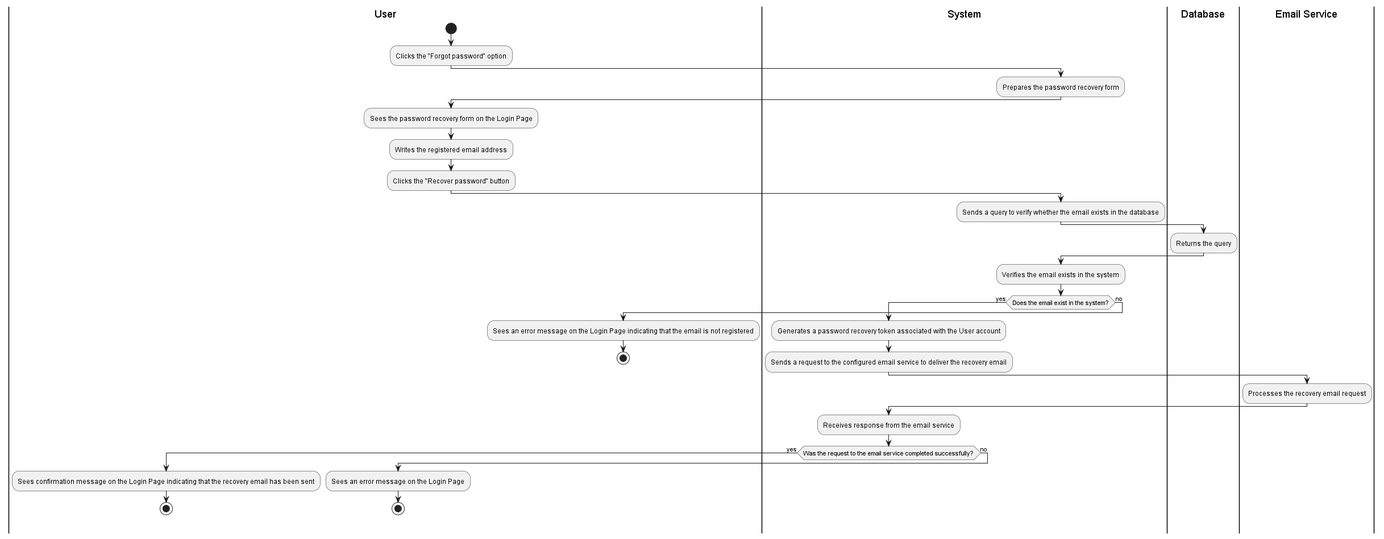
Berthou05/LimboSoftwareDevelopment_Change.org keeps this PlantUML diagram as documentation/activity_diagrams/out/AUTH-03-ActivityDiagram/AUTH-03-ActivityDiagram.png. Above is the earlier version.
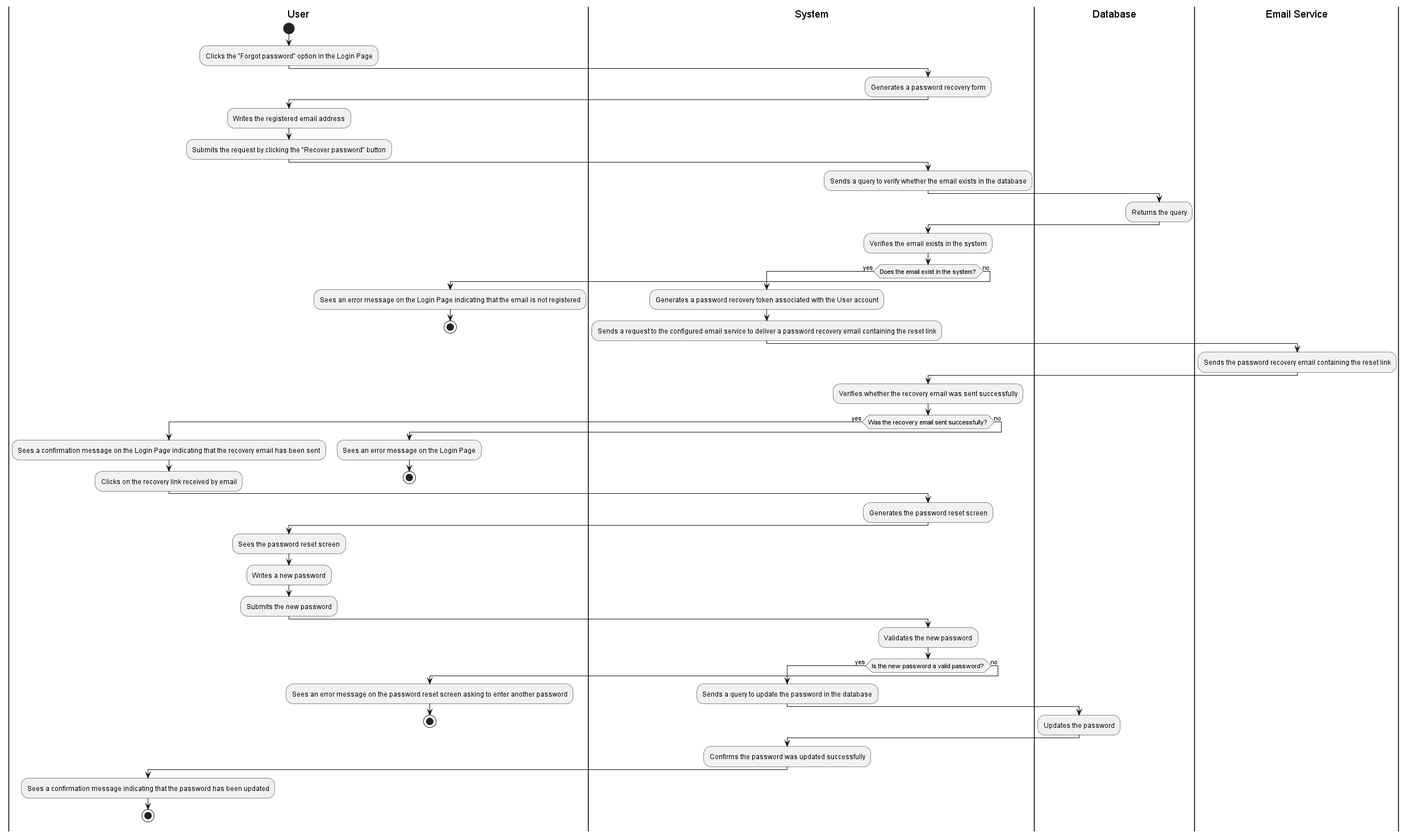
Later version of the same file.

Commit message:
[CHORE] corrected activity diagrams to match description

Change to the diagram source:
```diff
@@ -1,15 +1,14 @@
 @startuml
 |User|
 start
-:Clicks the "Forgot password" option;
+:Clicks the "Forgot password" option in the Login Page;
 
 |System|
-:Prepares the password recovery form;
+:Generates a password recovery form;
 
 |User|
-:Sees the password recovery form on the Login Page;
 :Writes the registered email address;
-:Clicks the "Recover password" button;
+:Submits the request by clicking the "Recover password" button;
 
 |System|
 :Sends a query to verify whether the email exists in the database;
@@ -22,27 +21,52 @@
 
 if (Does the email exist in the system?) then (yes)
     :Generates a password recovery token associated with the User account;
-    :Sends a request to the configured email service to deliver the recovery email;
-
-    |Email Service|
-    :Processes the recovery email request;
-
-    |System|
-    :Receives response from the email service;
-
-    if (Was the request to the email service completed successfully?) then (yes)
-        |User|
-        :Sees confirmation message on the Login Page indicating that the recovery email has been sent;
-        stop
-    else (no)
-        |User|
-        :Sees an error message on the Login Page;
-        stop
-    endif
-
+    :Sends a request to the configured email service to deliver a password recovery email containing the reset link;
 else (no)
     |User|
     :Sees an error message on the Login Page indicating that the email is not registered;
     stop
 endif
+
+|Email Service|
+:Sends the password recovery email containing the reset link;
+
+|System|
+:Verifies whether the recovery email was sent successfully;
+
+if (Was the recovery email sent successfully?) then (yes)
+    |User|
+    :Sees a confirmation message on the Login Page indicating that the recovery email has been sent;
+    :Clicks on the recovery link received by email;
+else (no)
+    |User|
+    :Sees an error message on the Login Page;
+    stop
+endif
+
+|System|
+:Generates the password reset screen;
+
+|User|
+:Sees the password reset screen;
+:Writes a new password;
+:Submits the new password;
+
+|System|
+:Validates the new password;
+
+if (Is the new password a valid password?) then (yes)
+    :Sends a query to update the password in the database;
+    |Database|
+    :Updates the password;
+    |System|
+    :Confirms the password was updated successfully;
+    |User|
+    :Sees a confirmation message indicating that the password has been updated;
+    stop
+else (no)
+    |User|
+    :Sees an error message on the password reset screen asking to enter another password;
+    stop
+endif
 @enduml
```
